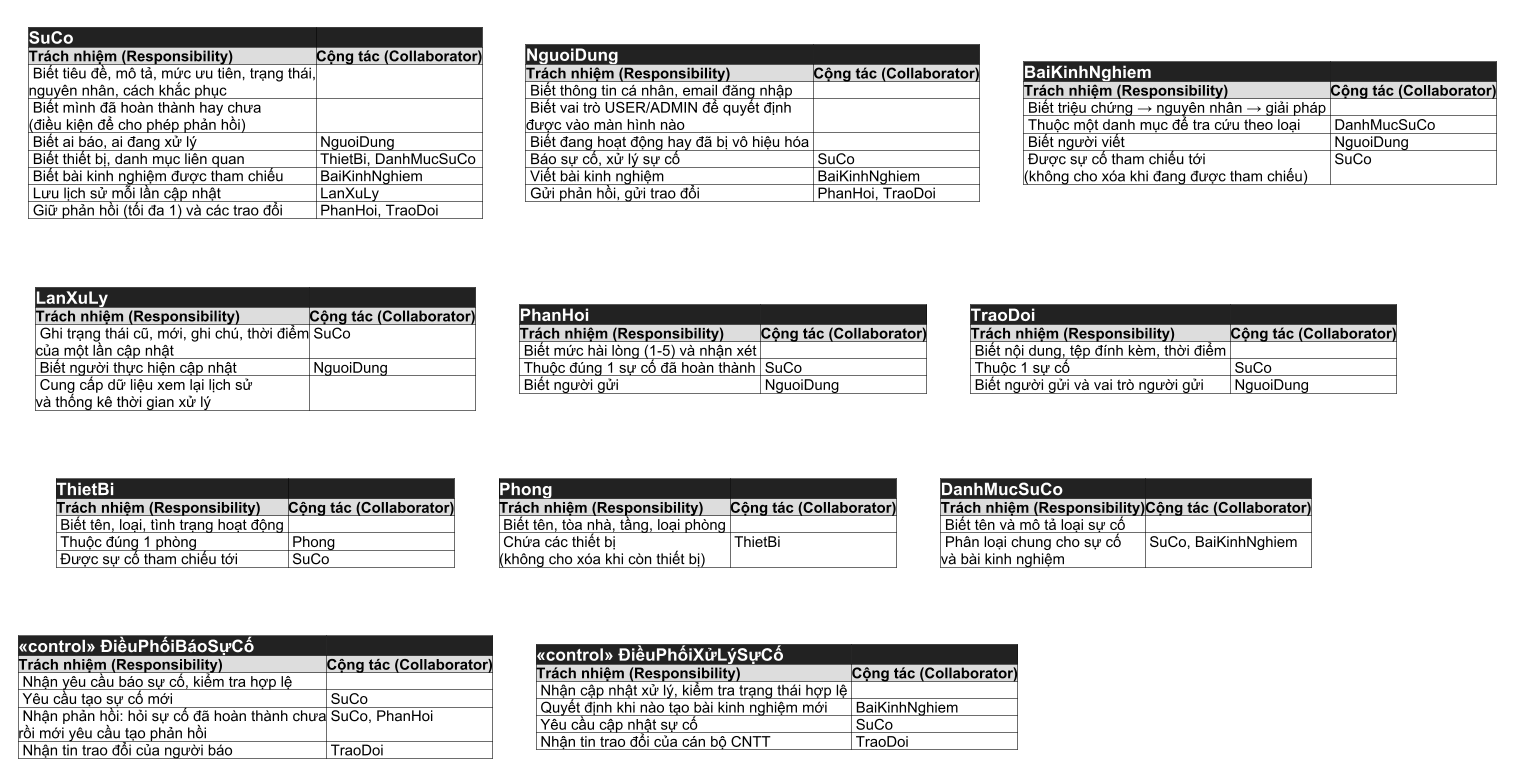
This is docs/uml/h2_3_crc.png from greyd254/IMS_TEST, a PlantUML export, as it was before one commit.
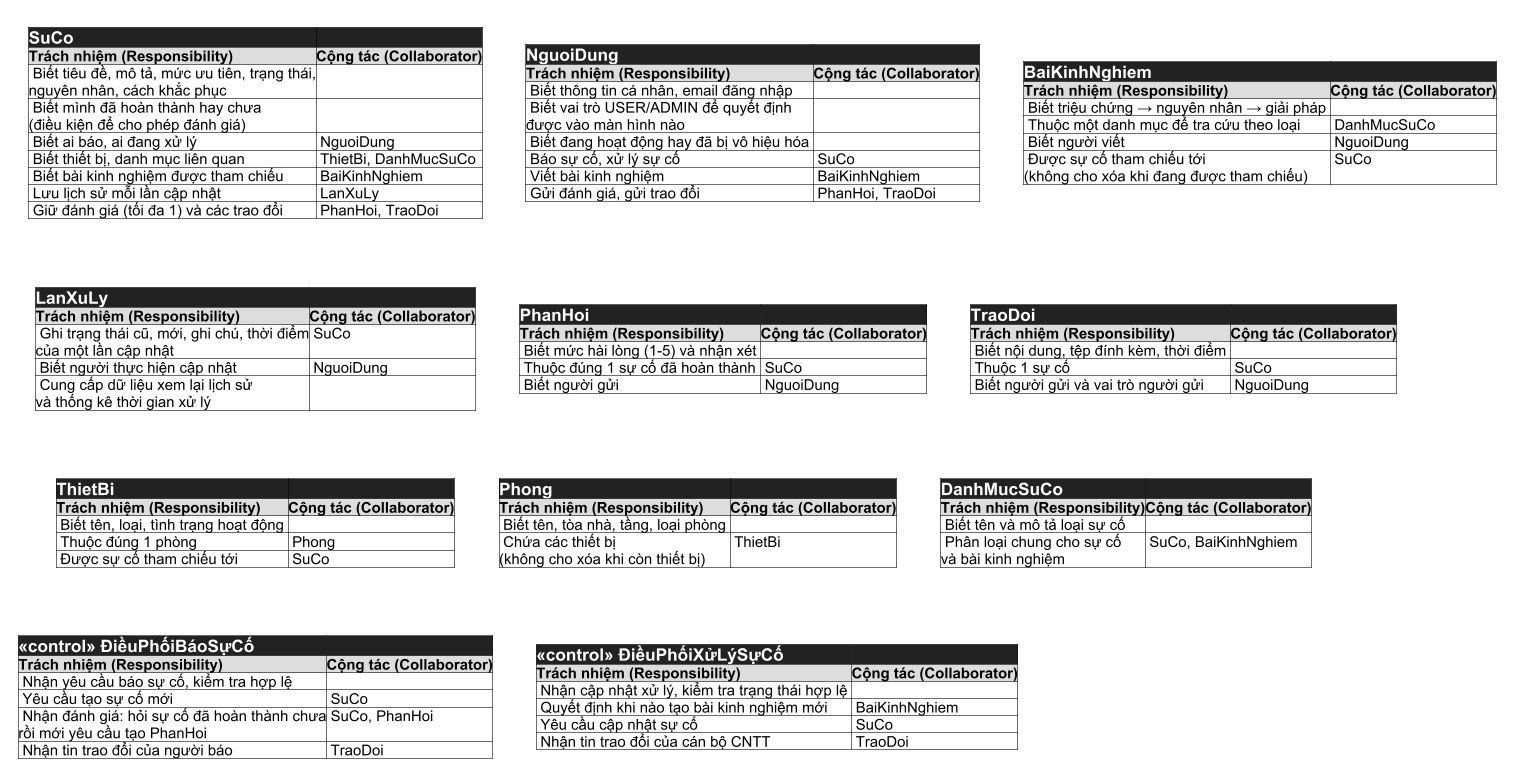
After the change.

The edit, as a diff of the source:
```diff
@@ -12,12 +12,12 @@
 HEAD(SuCo)
 COLS
 | Biết tiêu đề, mô tả, mức ưu tiên, trạng thái,\nnguyên nhân, cách khắc phục | |
-| Biết mình đã hoàn thành hay chưa\n(điều kiện để cho phép phản hồi) | |
+| Biết mình đã hoàn thành hay chưa\n(điều kiện để cho phép đánh giá) | |
 | Biết ai báo, ai đang xử lý | NguoiDung |
 | Biết thiết bị, danh mục liên quan | ThietBi, DanhMucSuCo |
 | Biết bài kinh nghiệm được tham chiếu | BaiKinhNghiem |
 | Lưu lịch sử mỗi lần cập nhật | LanXuLy |
-| Giữ phản hồi (tối đa 1) và các trao đổi | PhanHoi, TraoDoi |
+| Giữ đánh giá (tối đa 1) và các trao đổi | PhanHoi, TraoDoi |
 ]
 
 rectangle NguoiDung [
@@ -28,7 +28,7 @@
 | Biết đang hoạt động hay đã bị vô hiệu hóa | |
 | Báo sự cố, xử lý sự cố | SuCo |
 | Viết bài kinh nghiệm | BaiKinhNghiem |
-| Gửi phản hồi, gửi trao đổi | PhanHoi, TraoDoi |
+| Gửi đánh giá, gửi trao đổi | PhanHoi, TraoDoi |
 ]
 
 rectangle BaiKN [
@@ -91,7 +91,7 @@
 COLS
 | Nhận yêu cầu báo sự cố, kiểm tra hợp lệ | |
 | Yêu cầu tạo sự cố mới | SuCo |
-| Nhận phản hồi: hỏi sự cố đã hoàn thành chưa\nrồi mới yêu cầu tạo phản hồi | SuCo, PhanHoi |
+| Nhận đánh giá: hỏi sự cố đã hoàn thành chưa\nrồi mới yêu cầu tạo PhanHoi | SuCo, PhanHoi |
 | Nhận tin trao đổi của người báo | TraoDoi |
 ]
 
```
